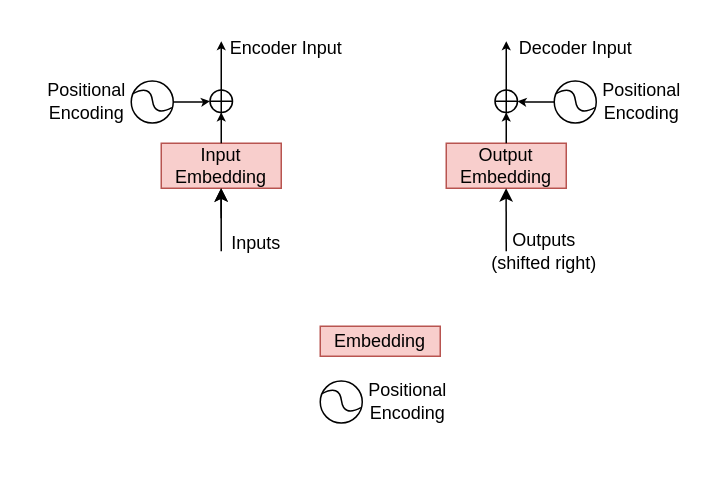
tanquangduong/transformer-pt keeps this draw.io diagram as page "en-de-input" (3 of 4) of illustration/transformer.drawio. Above is the earlier version. Source tidied: cells renumbered, new cells numbered last; positions are measured from the earlier drawing's top-left corner, leaving out a move shared by most shapes. Both pictures are drawn from the tidied source at 150%, with x=0, y=0 at pixel (26, 26).
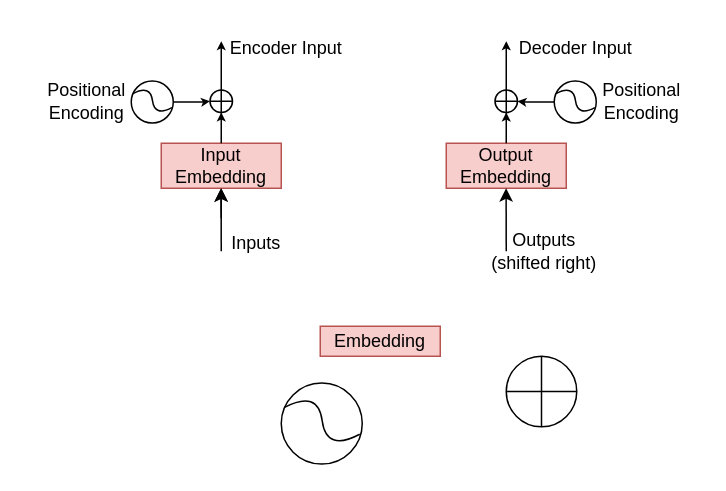
Above is the later version.

The edit, as a diff of the source:
```diff
@@
     <mxCell id="28" style="group;flipV=1;" parent="1" vertex="1">
-      <mxGeometry x="196" y="235" width="28" height="30" as="geometry" />
+      <mxGeometry x="170" y="235" width="54" height="57.9" as="geometry" />
     </mxCell>
     <mxCell id="29" style="ellipse;whiteSpace=wrap;html=1;rotation=-90;" parent="28" vertex="1">
-      <mxGeometry y="1.5" width="28" height="28" as="geometry" />
+      <mxGeometry y="2.9" width="54" height="54" as="geometry" />
     </mxCell>
     <mxCell id="30" style="endArrow=none;html=1;rounded=0;curved=1;" parent="28" edge="1">
       <mxGeometry relative="1" as="geometry">
-        <mxPoint x="1.2" y="9.9" as="sourcePoint" />
-        <mxPoint x="27.1" y="19.2" as="targetPoint" />
+        <mxPoint x="2.2" y="19.1" as="sourcePoint" />
+        <mxPoint x="52.3" y="37" as="targetPoint" />
         <Array as="points">
-          <mxPoint x="12.7" y="3.7" />
-          <mxPoint x="15.6" y="25.4" />
+          <mxPoint x="24.5" y="7.2" />
+          <mxPoint x="30.1" y="48.9" />
         </Array>
       </mxGeometry>
     </mxCell>
-    <mxCell id="31" value="Positional&lt;br&gt;Encoding" style="text;html=1;align=center;verticalAlign=middle;strokeColor=none;fillColor=none;" parent="1" vertex="1">
-      <mxGeometry x="214" y="230" width="80" height="40" as="geometry" />
-    </mxCell>
+    <mxCell id="32" style="verticalLabelPosition=bottom;verticalAlign=top;html=1;shape=mxgraph.flowchart.summing_function;" parent="1" vertex="1">
+      <mxGeometry x="320" y="220" width="47" height="47" as="geometry" />
+    </mxCell>
```
